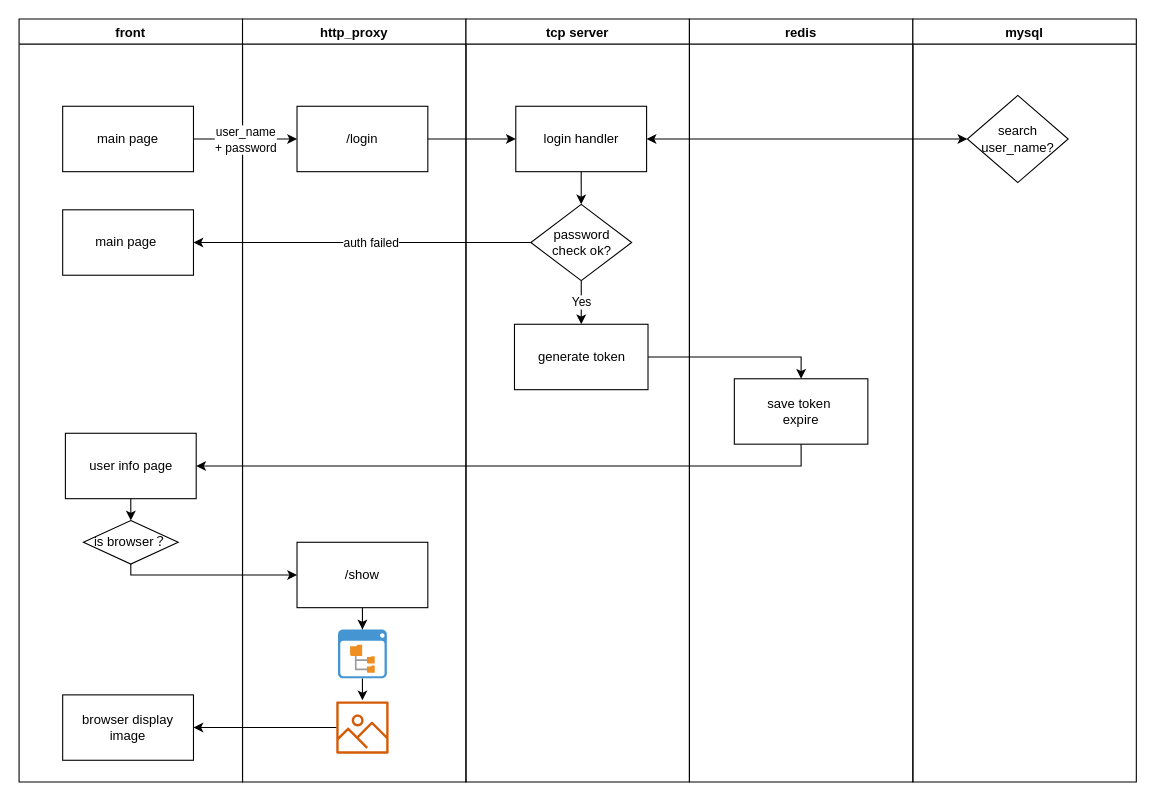
Earlier version of the draw.io diagram network/loginflow.drawio (xiaobaiTech/image). Source tidied: cells renumbered, new cells numbered last; positions are measured from the earlier drawing's top-left corner, leaving out a move shared by most shapes. Both pictures are drawn from the tidied source at 109%, with x=0, y=0 at pixel (19, 19).
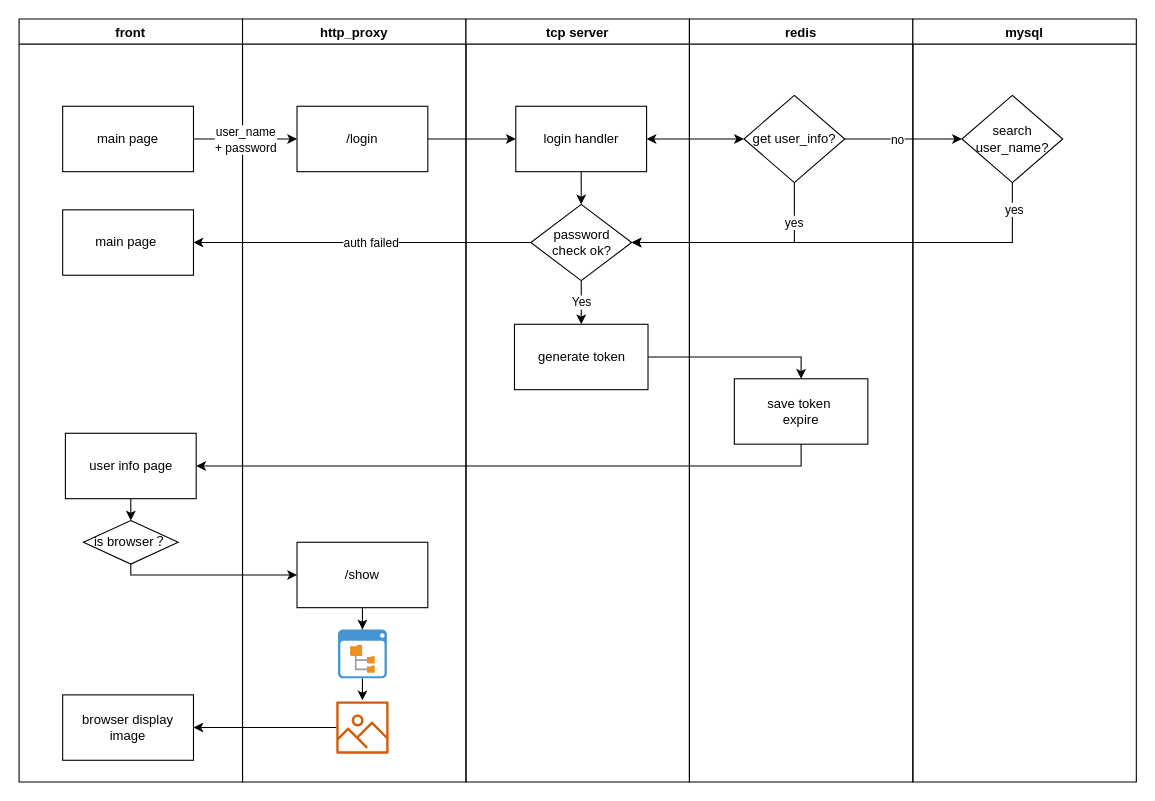
The same page after the edit.

The change refers to these unchanged cells:
```xml
<mxCell id="20" value="password &lt;br&gt;check ok?" style="rhombus;whiteSpace=wrap;html=1;" parent="15" vertex="1">
  <mxGeometry x="59.5" y="170" width="92.5" height="70" as="geometry" />
</mxCell>
<mxCell id="21" value="redis" style="swimlane;" parent="1" vertex="1">
  <mxGeometry x="615" width="205" height="700" as="geometry" />
</mxCell>
<mxCell id="23" value="mysql" style="swimlane;" parent="1" vertex="1">
  <mxGeometry x="820" width="205" height="700" as="geometry" />
</mxCell>
```

Diff of the diagram source:
```diff
@@
+    <mxCell id="24" value="get user_info?" style="rhombus;whiteSpace=wrap;html=1;" parent="21" vertex="1">
+      <mxGeometry x="50" y="70" width="92.5" height="80" as="geometry" />
+    </mxCell>
@@
-    <mxCell id="24" value="search user_name?" style="rhombus;whiteSpace=wrap;html=1;" parent="23" vertex="1">
-      <mxGeometry x="50" y="70" width="92.5" height="80" as="geometry" />
-    </mxCell>
+    <mxCell id="36" value="search user_name?" style="rhombus;whiteSpace=wrap;html=1;" parent="23" vertex="1">
+      <mxGeometry x="45" y="70" width="92.5" height="80" as="geometry" />
+    </mxCell>
@@
+    <mxCell id="37" style="edgeStyle=orthogonalEdgeStyle;rounded=0;jettySize=auto;html=1;exitX=1;exitY=0.5;exitDx=0;exitDy=0;" parent="1" edge="1" source="24" target="36">
+      <mxGeometry relative="1" as="geometry" />
+    </mxCell>
+    <mxCell id="38" value="no" style="edgeLabel;html=1;align=center;verticalAlign=middle;" parent="37" vertex="1">
+      <mxGeometry x="0.29" y="1" relative="1" as="geometry">
+        <mxPoint x="-21" y="1" as="offset" />
+      </mxGeometry>
+    </mxCell>
+    <mxCell id="39" style="edgeStyle=orthogonalEdgeStyle;rounded=0;jettySize=auto;html=1;exitX=0.5;exitY=1;exitDx=0;exitDy=0;entryX=1;entryY=0.5;entryDx=0;entryDy=0;" parent="1" edge="1" source="36" target="20">
+      <mxGeometry relative="1" as="geometry" />
+    </mxCell>
+    <mxCell id="40" value="yes" style="edgeLabel;html=1;align=center;verticalAlign=middle;" parent="39" vertex="1">
+      <mxGeometry x="-0.88" y="1" relative="1" as="geometry">
+        <mxPoint y="1" as="offset" />
+      </mxGeometry>
+    </mxCell>
+    <mxCell id="41" style="edgeStyle=orthogonalEdgeStyle;rounded=0;jettySize=auto;html=1;exitX=0.5;exitY=1;exitDx=0;exitDy=0;entryX=1;entryY=0.5;entryDx=0;entryDy=0;" parent="1" edge="1" source="24" target="20">
+      <mxGeometry relative="1" as="geometry" />
+    </mxCell>
+    <mxCell id="42" value="yes" style="edgeLabel;html=1;align=center;verticalAlign=middle;" parent="41" vertex="1">
+      <mxGeometry x="-0.64" y="-1" relative="1" as="geometry">
+        <mxPoint y="-1" as="offset" />
+      </mxGeometry>
+    </mxCell>
```
